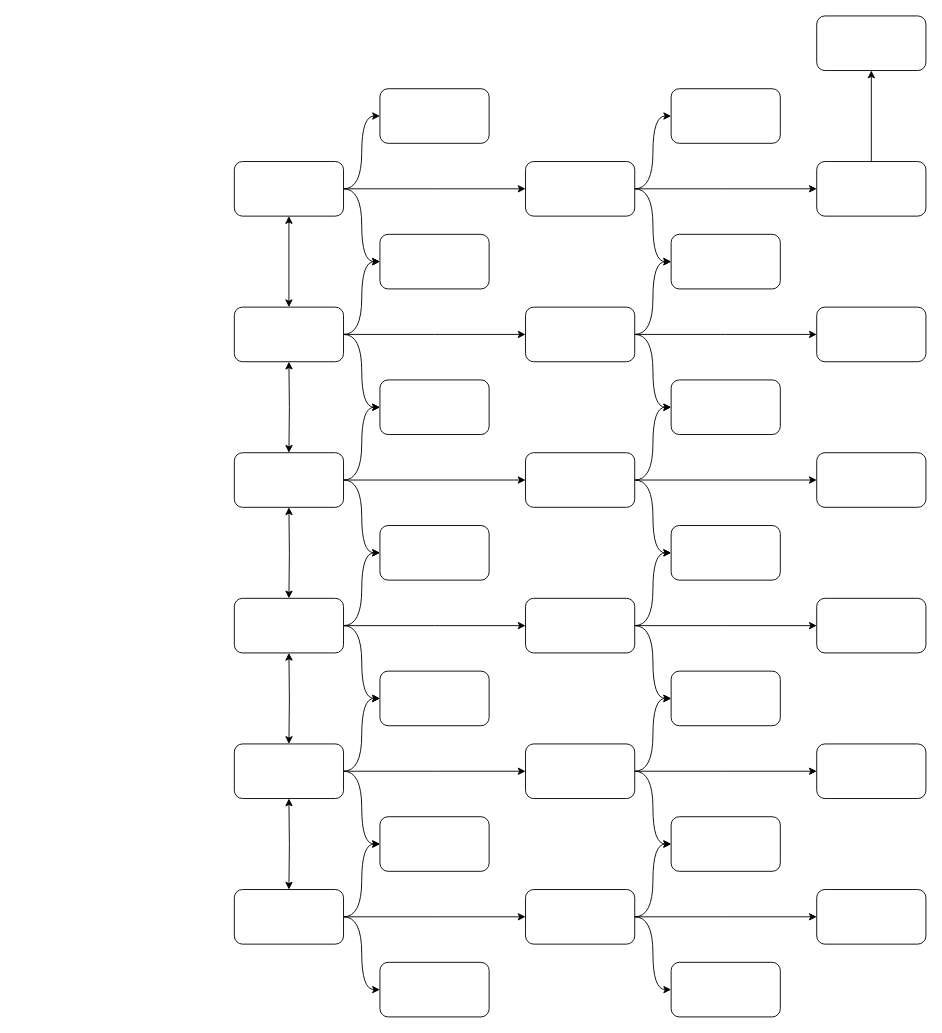
Before: handbook/class_trees/classes_template_diagram.drawio in njs992/nialls_adventure_game, a draw.io diagram. Source tidied: cells renumbered, new cells numbered last; positions are measured from the earlier drawing's top-left corner, leaving out a move shared by most shapes. Both pictures are drawn from the tidied source at 91%, with x=0, y=0 at pixel (234, 15).
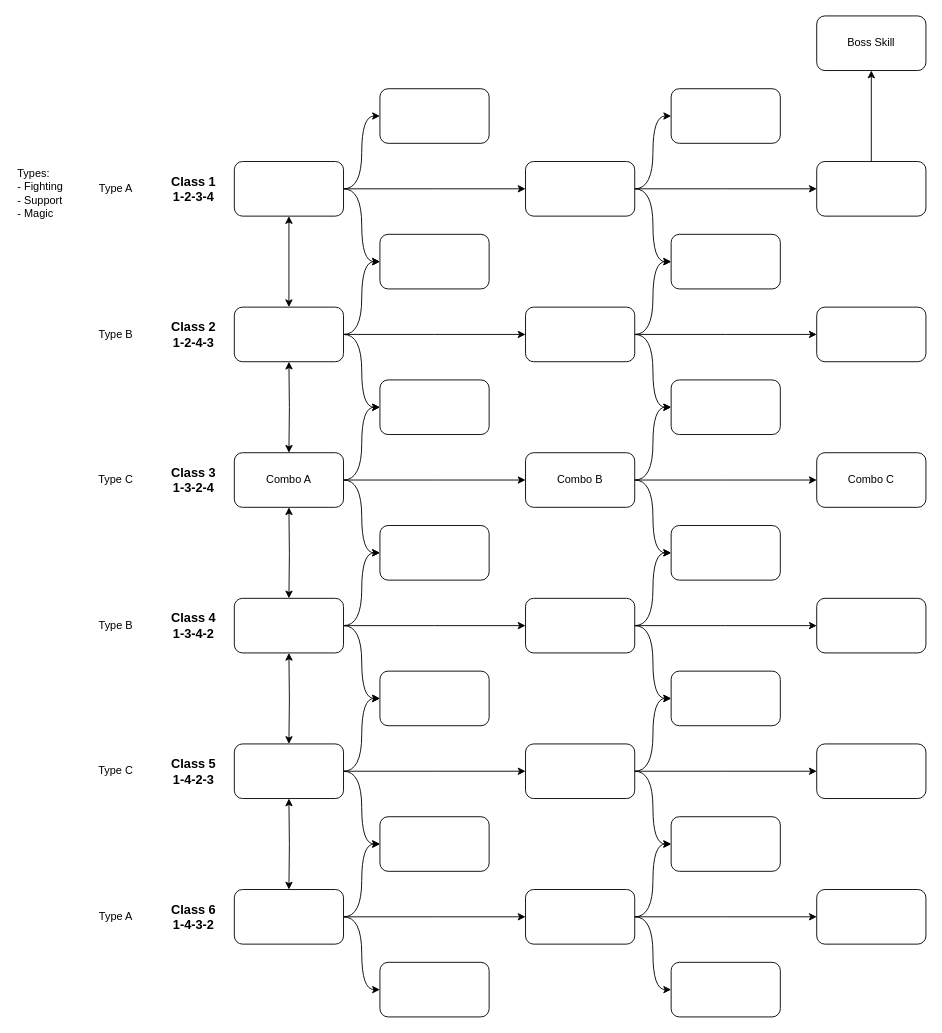
The same page after the edit.

The edit, as a diff of the source:
```diff
@@
-    <mxCell id="13" style="rounded=1;whiteSpace=wrap;html=1;labelBackgroundColor=none;" parent="1" vertex="1">
+    <mxCell id="13" value="Boss Skill" style="rounded=1;whiteSpace=wrap;html=1;labelBackgroundColor=none;" parent="1" vertex="1">
       <mxGeometry x="640" width="120" height="60" as="geometry" />
     </mxCell>
@@
-    <mxCell id="18" style="rounded=1;whiteSpace=wrap;html=1;labelBackgroundColor=none;" parent="1" vertex="1">
+    <mxCell id="18" value="Combo A" style="rounded=1;whiteSpace=wrap;html=1;labelBackgroundColor=none;" parent="1" vertex="1">
       <mxGeometry y="480" width="120" height="60" as="geometry" />
     </mxCell>
@@
-    <mxCell id="52" style="rounded=1;whiteSpace=wrap;html=1;labelBackgroundColor=none;" parent="1" vertex="1">
+    <mxCell id="52" value="Combo B" style="rounded=1;whiteSpace=wrap;html=1;labelBackgroundColor=none;" parent="1" vertex="1">
       <mxGeometry x="320" y="480" width="120" height="60" as="geometry" />
     </mxCell>
@@
-    <mxCell id="73" style="rounded=1;whiteSpace=wrap;html=1;labelBackgroundColor=none;" parent="1" vertex="1">
+    <mxCell id="73" value="Combo C" style="rounded=1;whiteSpace=wrap;html=1;labelBackgroundColor=none;" parent="1" vertex="1">
       <mxGeometry x="640" y="480" width="120" height="60" as="geometry" />
     </mxCell>
@@
+    <mxCell id="77" value="&lt;div&gt;Class 1&lt;/div&gt;&lt;div&gt;1-2-3-4&lt;/div&gt;" style="text;html=1;align=center;verticalAlign=middle;strokeColor=none;fillColor=none;fontFamily=Helvetica;fontSize=14;fontStyle=1;" parent="1" vertex="1">
+      <mxGeometry x="-80" y="165" width="70" height="50" as="geometry" />
+    </mxCell>
+    <mxCell id="78" value="&lt;div&gt;Class 2&lt;/div&gt;&lt;div&gt;1-2-4-3&lt;/div&gt;" style="text;html=1;align=center;verticalAlign=middle;strokeColor=none;fillColor=none;fontFamily=Helvetica;fontSize=14;fontStyle=1;" parent="1" vertex="1">
+      <mxGeometry x="-80" y="325" width="70" height="50" as="geometry" />
+    </mxCell>
+    <mxCell id="79" value="Class 3&#10;1-3-2-4" style="text;html=1;align=center;verticalAlign=middle;strokeColor=none;fillColor=none;fontFamily=Helvetica;fontSize=14;fontStyle=1;" parent="1" vertex="1">
+      <mxGeometry x="-80" y="485" width="70" height="50" as="geometry" />
+    </mxCell>
+    <mxCell id="80" value="Class 4&#10;1-3-4-2" style="text;html=1;align=center;verticalAlign=middle;strokeColor=none;fillColor=none;fontFamily=Helvetica;fontSize=14;fontStyle=1;" parent="1" vertex="1">
+      <mxGeometry x="-80" y="645" width="70" height="50" as="geometry" />
+    </mxCell>
+    <mxCell id="81" value="Class 5&#10;1-4-2-3" style="text;html=1;align=center;verticalAlign=middle;strokeColor=none;fillColor=none;fontFamily=Helvetica;fontSize=14;fontStyle=1;" parent="1" vertex="1">
+      <mxGeometry x="-80" y="805" width="70" height="50" as="geometry" />
+    </mxCell>
+    <mxCell id="82" value="Class 6&#10;1-4-3-2" style="text;html=1;align=center;verticalAlign=middle;strokeColor=none;fillColor=none;fontFamily=Helvetica;fontSize=14;fontStyle=1;" parent="1" vertex="1">
+      <mxGeometry x="-80" y="965" width="70" height="50" as="geometry" />
+    </mxCell>
+    <mxCell id="83" value="Type A" style="text;html=1;whiteSpace=wrap;strokeColor=none;fillColor=none;align=center;verticalAlign=middle;rounded=0;" parent="1" vertex="1">
+      <mxGeometry x="-160" y="175" width="60" height="30" as="geometry" />
+    </mxCell>
+    <mxCell id="84" value="Type A" style="text;html=1;whiteSpace=wrap;strokeColor=none;fillColor=none;align=center;verticalAlign=middle;rounded=0;" parent="1" vertex="1">
+      <mxGeometry x="-160" y="975" width="60" height="30" as="geometry" />
+    </mxCell>
+    <mxCell id="85" value="Type B" style="text;html=1;whiteSpace=wrap;strokeColor=none;fillColor=none;align=center;verticalAlign=middle;rounded=0;" parent="1" vertex="1">
+      <mxGeometry x="-160" y="335" width="60" height="30" as="geometry" />
+    </mxCell>
+    <mxCell id="86" value="Type C" style="text;html=1;whiteSpace=wrap;strokeColor=none;fillColor=none;align=center;verticalAlign=middle;rounded=0;" parent="1" vertex="1">
+      <mxGeometry x="-160" y="815" width="60" height="30" as="geometry" />
+    </mxCell>
+    <mxCell id="87" value="Type B" style="text;html=1;whiteSpace=wrap;strokeColor=none;fillColor=none;align=center;verticalAlign=middle;rounded=0;" parent="1" vertex="1">
+      <mxGeometry x="-160" y="655" width="60" height="30" as="geometry" />
+    </mxCell>
+    <mxCell id="88" value="Type C" style="text;html=1;whiteSpace=wrap;strokeColor=none;fillColor=none;align=center;verticalAlign=middle;rounded=0;" parent="1" vertex="1">
+      <mxGeometry x="-160" y="495" width="60" height="30" as="geometry" />
+    </mxCell>
+    <mxCell id="89" value="Types:&lt;div&gt;- Fighting&lt;/div&gt;&lt;div&gt;- Support&lt;/div&gt;&lt;div&gt;- Magic&lt;/div&gt;" style="text;html=1;whiteSpace=wrap;strokeColor=none;fillColor=none;align=left;verticalAlign=middle;rounded=0;" parent="1" vertex="1">
+      <mxGeometry x="-240" y="160" width="60" height="70" as="geometry" />
+    </mxCell>
```
